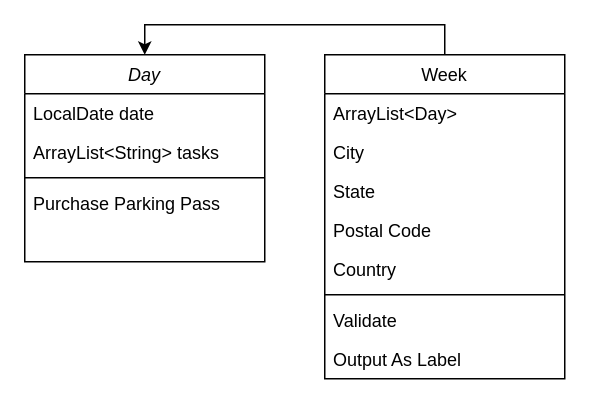
Earlier version of the draw.io diagram ClassDiagram.drawio (asouvanlasy/comp-1008-assignment-2). Source tidied: cells renumbered, new cells numbered last; positions are measured from the earlier drawing's top-left corner, leaving out a move shared by most shapes. Both pictures are drawn from the tidied source at 150%, with x=0, y=0 at pixel (24, 54).
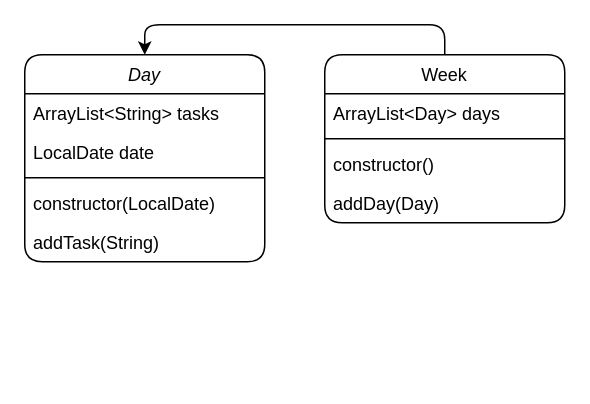
Above is the later version.

Commit message (it also covers changes not shown here):
Can add tasks to a day, and add days to a week

Change to the diagram source:
```diff
@@
 <mxGraphModel>
   <root>
     <mxCell id="0" />
     <mxCell id="1" parent="0" />
-    <mxCell id="2" value="Day" style="swimlane;fontStyle=2;align=center;verticalAlign=top;horizontal=1;startSize=26;rounded=0;shadow=0;strokeWidth=1;" parent="1" vertex="1">
+    <mxCell id="2" value="Day" style="swimlane;fontStyle=2;align=center;verticalAlign=top;horizontal=1;startSize=26;rounded=1;shadow=0;strokeWidth=1;" parent="1" vertex="1">
       <mxGeometry width="160" height="138" as="geometry" />
     </mxCell>
+    <mxCell id="4" value="ArrayList&lt;String&gt; tasks" style="text;align=left;verticalAlign=top;spacingLeft=4;spacingRight=4;overflow=hidden;rounded=1;shadow=0;html=0;" parent="2" vertex="1">
+      <mxGeometry y="26" width="160" height="26" as="geometry" />
+    </mxCell>
-    <mxCell id="3" value="LocalDate date" style="text;align=left;verticalAlign=top;spacingLeft=4;spacingRight=4;overflow=hidden;" parent="2" vertex="1">
-      <mxGeometry y="26" width="160" height="26" as="geometry" />
+    <mxCell id="3" value="LocalDate date" style="text;align=left;verticalAlign=top;spacingLeft=4;spacingRight=4;overflow=hidden;rounded=1;" parent="2" vertex="1">
+      <mxGeometry y="52" width="160" height="26" as="geometry" />
     </mxCell>
-    <mxCell id="4" value="ArrayList&lt;String&gt; tasks" style="text;align=left;verticalAlign=top;spacingLeft=4;spacingRight=4;overflow=hidden;rounded=0;shadow=0;html=0;" parent="2" vertex="1">
-      <mxGeometry y="52" width="160" height="26" as="geometry" />
-    </mxCell>
-    <mxCell id="5" style="line;html=1;strokeWidth=1;align=left;verticalAlign=middle;spacingTop=-1;spacingLeft=3;spacingRight=3;labelPosition=right;" parent="2" vertex="1">
+    <mxCell id="5" style="line;html=1;strokeWidth=1;align=left;verticalAlign=middle;spacingTop=-1;spacingLeft=3;spacingRight=3;labelPosition=right;rounded=1;" parent="2" vertex="1">
       <mxGeometry y="78" width="160" height="8" as="geometry" />
     </mxCell>
-    <mxCell id="6" value="Purchase Parking Pass" style="text;align=left;verticalAlign=top;spacingLeft=4;spacingRight=4;overflow=hidden;" parent="2" vertex="1">
+    <mxCell id="6" value="constructor(LocalDate)" style="text;align=left;verticalAlign=top;spacingLeft=4;spacingRight=4;overflow=hidden;rounded=1;" parent="2" vertex="1">
       <mxGeometry y="86" width="160" height="26" as="geometry" />
     </mxCell>
+    <mxCell id="17" value="addTask(String)" style="text;align=left;verticalAlign=top;spacingLeft=4;spacingRight=4;overflow=hidden;rounded=1;" parent="2" vertex="1">
+      <mxGeometry y="112" width="160" height="26" as="geometry" />
+    </mxCell>
-    <mxCell id="7" style="edgeStyle=orthogonalEdgeStyle;rounded=0;jettySize=auto;html=1;exitX=0.5;exitY=0;exitDx=0;exitDy=0;entryX=0.5;entryY=0;entryDx=0;entryDy=0;" parent="1" edge="1" source="8" target="2">
+    <mxCell id="7" style="edgeStyle=orthogonalEdgeStyle;rounded=1;jettySize=auto;html=1;exitX=0.5;exitY=0;exitDx=0;exitDy=0;entryX=0.5;entryY=0;entryDx=0;entryDy=0;" parent="1" edge="1" source="8" target="2">
       <mxGeometry relative="1" as="geometry" />
     </mxCell>
-    <mxCell id="8" value="Week" style="swimlane;fontStyle=0;align=center;verticalAlign=top;horizontal=1;startSize=26;rounded=0;shadow=0;strokeWidth=1;" parent="1" vertex="1">
-      <mxGeometry x="200" width="160" height="216" as="geometry" />
+    <mxCell id="8" value="Week" style="swimlane;fontStyle=0;align=center;verticalAlign=top;horizontal=1;startSize=26;rounded=1;shadow=0;strokeWidth=1;" parent="1" vertex="1">
+      <mxGeometry x="200" width="160" height="112" as="geometry" />
     </mxCell>
-    <mxCell id="9" value="ArrayList&lt;Day&gt;" style="text;align=left;verticalAlign=top;spacingLeft=4;spacingRight=4;overflow=hidden;" parent="8" vertex="1">
+    <mxCell id="9" value="ArrayList&lt;Day&gt; days" style="text;align=left;verticalAlign=top;spacingLeft=4;spacingRight=4;overflow=hidden;rounded=1;" parent="8" vertex="1">
       <mxGeometry y="26" width="160" height="26" as="geometry" />
     </mxCell>
-    <mxCell id="10" value="City" style="text;align=left;verticalAlign=top;spacingLeft=4;spacingRight=4;overflow=hidden;rounded=0;shadow=0;html=0;" parent="8" vertex="1">
-      <mxGeometry y="52" width="160" height="26" as="geometry" />
-    </mxCell>
-    <mxCell id="11" value="State" style="text;align=left;verticalAlign=top;spacingLeft=4;spacingRight=4;overflow=hidden;rounded=0;shadow=0;html=0;" parent="8" vertex="1">
-      <mxGeometry y="78" width="160" height="26" as="geometry" />
-    </mxCell>
-    <mxCell id="12" value="Postal Code" style="text;align=left;verticalAlign=top;spacingLeft=4;spacingRight=4;overflow=hidden;rounded=0;shadow=0;html=0;" parent="8" vertex="1">
-      <mxGeometry y="104" width="160" height="26" as="geometry" />
-    </mxCell>
-    <mxCell id="13" value="Country" style="text;align=left;verticalAlign=top;spacingLeft=4;spacingRight=4;overflow=hidden;rounded=0;shadow=0;html=0;" parent="8" vertex="1">
-      <mxGeometry y="130" width="160" height="26" as="geometry" />
-    </mxCell>
-    <mxCell id="14" style="line;html=1;strokeWidth=1;align=left;verticalAlign=middle;spacingTop=-1;spacingLeft=3;spacingRight=3;labelPosition=right;" parent="8" vertex="1">
-      <mxGeometry y="156" width="160" height="8" as="geometry" />
+    <mxCell id="14" style="line;html=1;strokeWidth=1;align=left;verticalAlign=middle;spacingTop=-1;spacingLeft=3;spacingRight=3;labelPosition=right;rounded=1;" parent="8" vertex="1">
+      <mxGeometry y="52" width="160" height="8" as="geometry" />
     </mxCell>
-    <mxCell id="15" value="Validate" style="text;align=left;verticalAlign=top;spacingLeft=4;spacingRight=4;overflow=hidden;" parent="8" vertex="1">
-      <mxGeometry y="164" width="160" height="26" as="geometry" />
+    <mxCell id="15" value="constructor()" style="text;align=left;verticalAlign=top;spacingLeft=4;spacingRight=4;overflow=hidden;rounded=1;" parent="8" vertex="1">
+      <mxGeometry y="60" width="160" height="26" as="geometry" />
     </mxCell>
-    <mxCell id="16" value="Output As Label" style="text;align=left;verticalAlign=top;spacingLeft=4;spacingRight=4;overflow=hidden;" parent="8" vertex="1">
-      <mxGeometry y="190" width="160" height="26" as="geometry" />
+    <mxCell id="16" value="addDay(Day)" style="text;align=left;verticalAlign=top;spacingLeft=4;spacingRight=4;overflow=hidden;rounded=1;" parent="8" vertex="1">
+      <mxGeometry y="86" width="160" height="26" as="geometry" />
     </mxCell>
   </root>
 </mxGraphModel>
```
